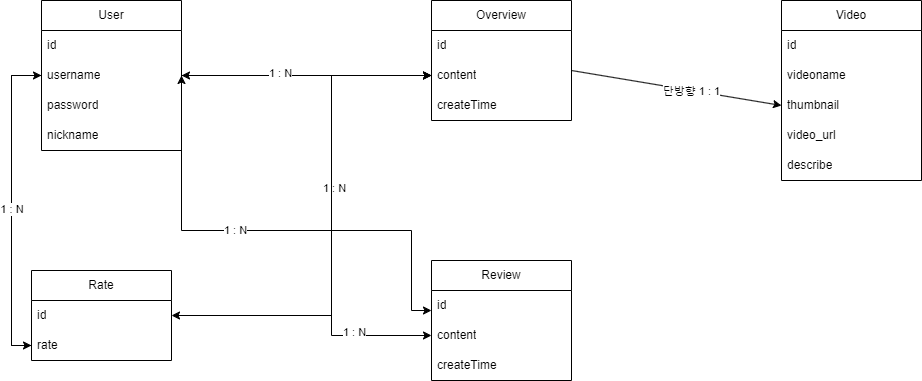
The draw.io diagram 데이터베이스 명세.png in WhiteKIM/Netflix_Clone, before a commit. Source tidied: cells renumbered, new cells last; positions are measured from the earlier drawing's top-left corner, leaving out a move shared by most shapes.
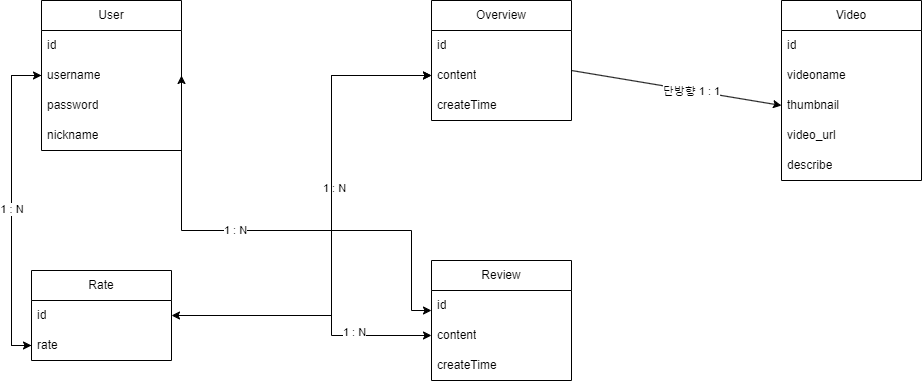
The same diagram one commit later.

The edit, as a diff of the source:
```diff
@@ -34,14 +34,6 @@
     <mxCell id="10" value="rate" style="text;strokeColor=none;fillColor=none;align=left;verticalAlign=middle;spacingLeft=4;spacingRight=4;overflow=hidden;points=[[0,0.5],[1,0.5]];portConstraint=eastwest;whiteSpace=wrap;html=1;" parent="8" vertex="1">
       <mxGeometry y="60" width="140" height="30" as="geometry" />
     </mxCell>
-    <mxCell id="11" style="edgeStyle=orthogonalEdgeStyle;rounded=0;jettySize=auto;html=1;entryX=1;entryY=0.5;entryDx=0;entryDy=0;" parent="1" edge="1" source="12" target="4">
-      <mxGeometry relative="1" as="geometry">
-        <Array as="points">
-          <mxPoint x="360" y="75" />
-          <mxPoint x="360" y="75" />
-        </Array>
-      </mxGeometry>
-    </mxCell>
     <mxCell id="12" value="Overview" style="swimlane;fontStyle=0;horizontal=1;startSize=30;whiteSpace=wrap;html=1;" parent="1" vertex="1">
       <mxGeometry x="420" width="140" height="120" as="geometry" />
     </mxCell>
@@ -84,12 +76,6 @@
     <mxCell id="25" value="describe" style="text;strokeColor=none;fillColor=none;align=left;verticalAlign=middle;spacingLeft=4;spacingRight=4;overflow=hidden;whiteSpace=wrap;html=1;" parent="20" vertex="1">
       <mxGeometry y="150" width="140" height="30" as="geometry" />
     </mxCell>
-    <mxCell id="26" style="edgeStyle=orthogonalEdgeStyle;rounded=0;jettySize=auto;html=1;entryX=0;entryY=0.5;entryDx=0;entryDy=0;" parent="1" edge="1" source="4" target="14">
-      <mxGeometry relative="1" as="geometry" />
-    </mxCell>
-    <mxCell id="27" value="1 : N" style="edgeLabel;html=1;align=center;verticalAlign=middle;" parent="26" vertex="1">
-      <mxGeometry x="-0.22" y="3" relative="1" as="geometry" />
-    </mxCell>
     <mxCell id="28" style="endArrow=classic;html=1;rounded=0;entryX=0;entryY=0.5;entryDx=0;entryDy=0;" parent="1" edge="1" target="23">
       <mxGeometry relative="1" as="geometry">
         <mxPoint x="560" y="70" as="sourcePoint" />
```
